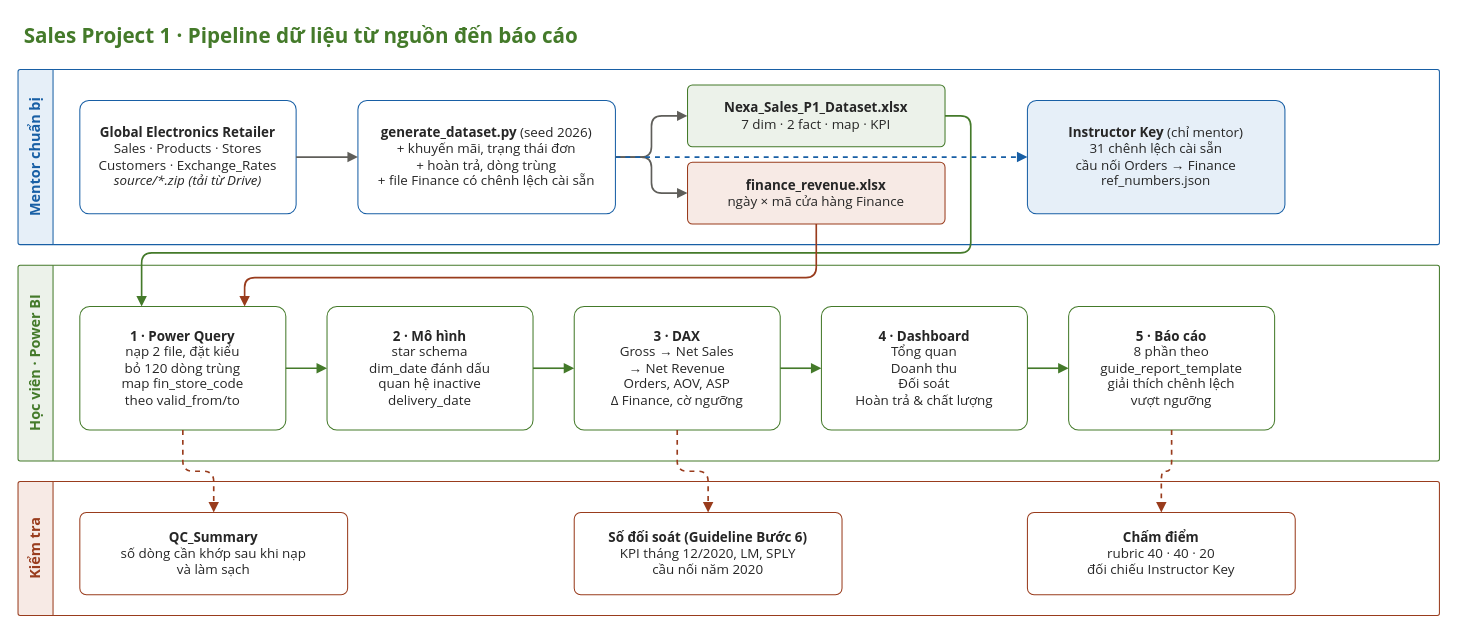
This is Sales/Sales Data/Project 1/diagrams/01_pipeline_du_lieu.drawio from nguyennguyenphuc/eDA-Mentor, a draw.io file, before an edit. Source tidied: cells renumbered, new cells numbered last; positions are measured from the earlier drawing's top-left corner, leaving out a move shared by most shapes. Both pictures are drawn from the tidied source at 103%, with x=0, y=0 at pixel (18, 18).
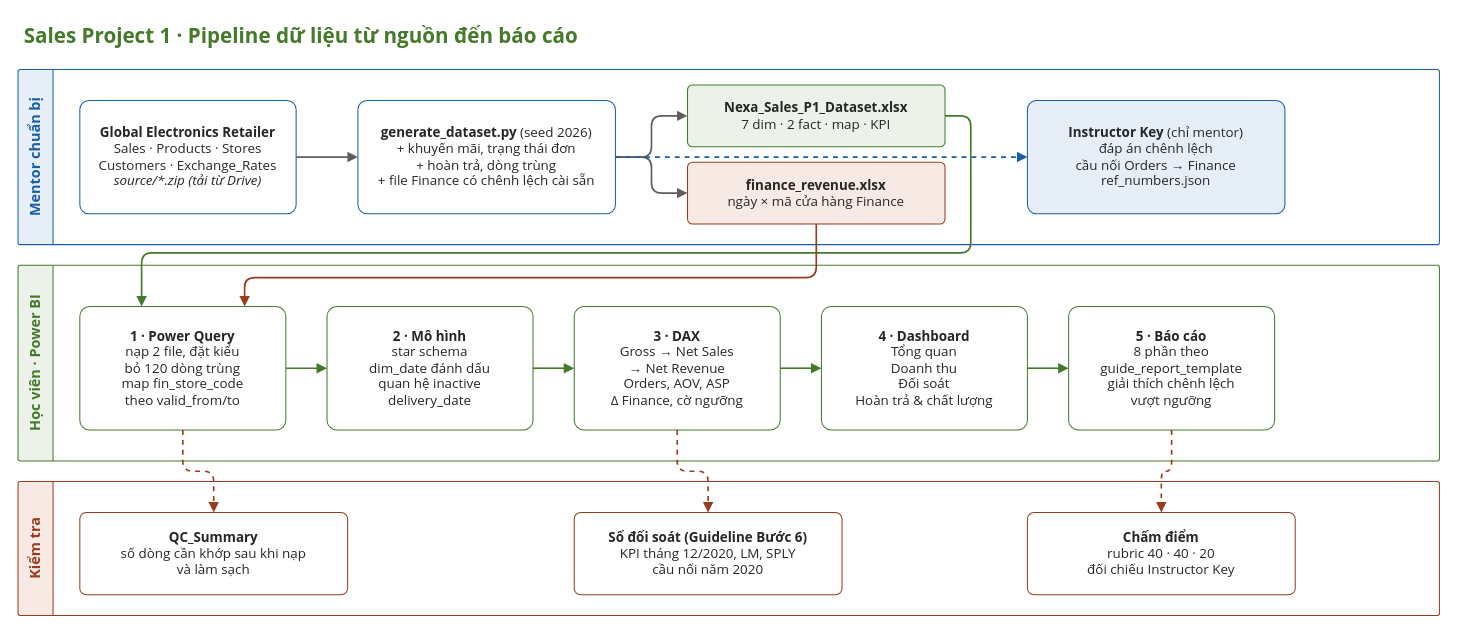
After the change.

Change to the diagram source:
```diff
@@
-    <mxCell id="10" value="&lt;b&gt;Instructor Key&lt;/b&gt; (chỉ mentor)&lt;br&gt;31 chênh lệch cài sẵn&lt;br&gt;cầu nối Orders → Finance&lt;br&gt;ref_numbers.json" style="rounded=1;arcSize=8;whiteSpace=wrap;html=1;fillColor=#E6EFF8;strokeColor=#185FA5;fontColor=#262626;fontSize=13;fontFamily=Segoe UI;align=center;verticalAlign=middle;spacing=6;" parent="1" vertex="1">
+    <mxCell id="10" value="&lt;b&gt;Instructor Key&lt;/b&gt; (chỉ mentor)&lt;br&gt;đáp án chênh lệch&lt;br&gt;cầu nối Orders → Finance&lt;br&gt;ref_numbers.json" style="rounded=1;arcSize=8;whiteSpace=wrap;html=1;fillColor=#E6EFF8;strokeColor=#185FA5;fontColor=#262626;fontSize=13;fontFamily=Segoe UI;align=center;verticalAlign=middle;spacing=6;" parent="1" vertex="1">
       <mxGeometry x="980" y="80" width="250" height="110" as="geometry" />
     </mxCell>
```
